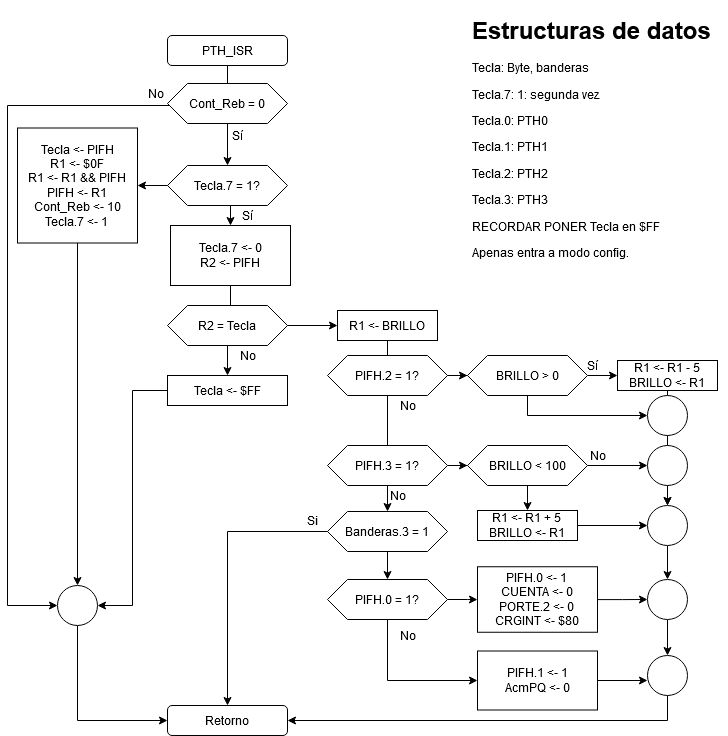
The draw.io diagram Tarea 5/PTH_ISR.png in robz25/Microprocesadores, before a commit. Source tidied: cells renumbered, new cells last; positions are measured from the earlier drawing's top-left corner, leaving out a move shared by most shapes.
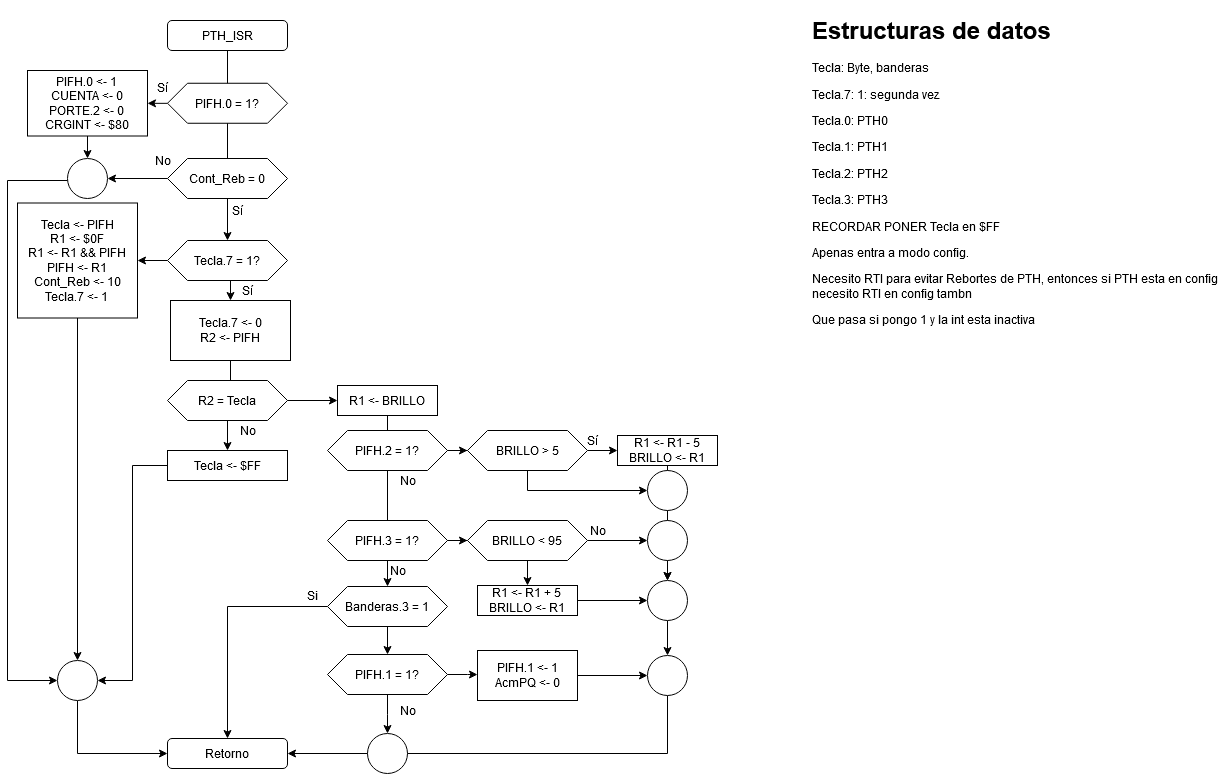
The same file after the commit.

The edit, as a diff of the source:
```diff
@@ -6,19 +6,17 @@
       <mxGeometry relative="1" as="geometry" />
     </mxCell>
     <mxCell id="3" value="PTH_ISR" style="rounded=1;whiteSpace=wrap;html=1;" parent="1" vertex="1">
-      <mxGeometry x="160" y="25" width="120" height="30" as="geometry" />
+      <mxGeometry x="160" y="-65" width="120" height="30" as="geometry" />
     </mxCell>
-    <mxCell id="4" style="edgeStyle=orthogonalEdgeStyle;rounded=0;jettySize=auto;html=1;" parent="1" edge="1" source="6" target="15">
-      <mxGeometry relative="1" as="geometry" />
+    <mxCell id="4" style="edgeStyle=orthogonalEdgeStyle;rounded=0;jettySize=auto;html=1;" parent="1" edge="1" source="6">
+      <mxGeometry relative="1" as="geometry">
+        <mxPoint x="470" y="589.1" as="targetPoint" />
+      </mxGeometry>
     </mxCell>
-    <mxCell id="5" style="edgeStyle=orthogonalEdgeStyle;rounded=0;jettySize=auto;html=1;entryX=0;entryY=0.5;entryDx=0;entryDy=0;" parent="1" edge="1" source="6" target="36">
-      <mxGeometry relative="1" as="geometry">
-        <Array as="points">
-          <mxPoint x="380" y="670" />
-        </Array>
-      </mxGeometry>
-    </mxCell>
+    <mxCell id="68" style="edgeStyle=orthogonalEdgeStyle;rounded=0;jettySize=auto;html=1;" parent="1" edge="1" source="6" target="34">
+      <mxGeometry relative="1" as="geometry" />
+    </mxCell>
-    <mxCell id="6" value="PIFH.0 = 1?" style="shape=hexagon;perimeter=hexagonPerimeter2;whiteSpace=wrap;html=1;fixedSize=1;" parent="1" vertex="1">
+    <mxCell id="6" value="PIFH.1 = 1?" style="shape=hexagon;perimeter=hexagonPerimeter2;whiteSpace=wrap;html=1;fixedSize=1;" parent="1" vertex="1">
       <mxGeometry x="320" y="569" width="120" height="40" as="geometry" />
     </mxCell>
     <mxCell id="7" style="edgeStyle=orthogonalEdgeStyle;rounded=0;jettySize=auto;html=1;" parent="1" edge="1" source="51" target="39">
@@ -30,26 +28,26 @@
     <mxCell id="9" value="PIFH.3 = 1?" style="shape=hexagon;perimeter=hexagonPerimeter2;whiteSpace=wrap;html=1;fixedSize=1;" parent="1" vertex="1">
       <mxGeometry x="320" y="435" width="120" height="40" as="geometry" />
     </mxCell>
+    <mxCell id="69" style="edgeStyle=orthogonalEdgeStyle;rounded=0;jettySize=auto;html=1;" parent="1" edge="1" source="10" target="75">
+      <mxGeometry relative="1" as="geometry" />
+    </mxCell>
     <mxCell id="10" value="Cont_Reb = 0" style="shape=hexagon;perimeter=hexagonPerimeter2;whiteSpace=wrap;html=1;fixedSize=1;" parent="1" vertex="1">
       <mxGeometry x="160" y="73" width="120" height="40" as="geometry" />
     </mxCell>
     <mxCell id="11" value="Retorno" style="rounded=1;whiteSpace=wrap;html=1;" parent="1" vertex="1">
-      <mxGeometry x="160" y="695" width="120" height="30" as="geometry" />
+      <mxGeometry x="160" y="653" width="120" height="30" as="geometry" />
     </mxCell>
     <mxCell id="12" value="No" style="text;html=1;align=center;verticalAlign=middle;" parent="1" vertex="1">
-      <mxGeometry x="133" y="73" width="30" height="20" as="geometry" />
+      <mxGeometry x="140" y="65" width="30" height="20" as="geometry" />
     </mxCell>
     <mxCell id="13" value="Sí" style="text;html=1;align=center;verticalAlign=middle;" parent="1" vertex="1">
       <mxGeometry x="215" y="115" width="30" height="20" as="geometry" />
     </mxCell>
-    <mxCell id="14" style="edgeStyle=orthogonalEdgeStyle;rounded=0;jettySize=auto;html=1;" parent="1" edge="1" source="15" target="46">
+    <mxCell id="14" style="edgeStyle=orthogonalEdgeStyle;rounded=0;jettySize=auto;html=1;" parent="1" edge="1" source="36" target="46">
       <mxGeometry relative="1" as="geometry" />
     </mxCell>
-    <mxCell id="15" value="&lt;div&gt;PIFH.0 &amp;lt;- 1&lt;/div&gt;&lt;div&gt;CUENTA &amp;lt;- 0&lt;/div&gt;&lt;div&gt;PORTE.2 &amp;lt;- 0&lt;br&gt;&lt;/div&gt;&lt;div&gt;CRGINT &amp;lt;- $80&lt;br&gt;&lt;/div&gt;" style="rounded=0;whiteSpace=wrap;html=1;" parent="1" vertex="1">
-      <mxGeometry x="470" y="556.2" width="120" height="65.5" as="geometry" />
-    </mxCell>
-    <mxCell id="16" value="&lt;h1&gt;Estructuras de datos&lt;br&gt;&lt;/h1&gt;&lt;p&gt;Tecla: Byte, banderas&lt;/p&gt;&lt;p&gt;Tecla.7: 1: segunda vez&lt;/p&gt;&lt;p&gt;Tecla.0: PTH0&lt;/p&gt;&lt;p&gt;Tecla.1: PTH1&lt;/p&gt;&lt;p&gt;Tecla.2: PTH2&lt;/p&gt;&lt;p&gt;Tecla.3: PTH3&lt;/p&gt;&lt;p&gt;RECORDAR PONER Tecla en $FF&lt;/p&gt;&lt;p&gt;Apenas entra a modo config.&lt;/p&gt;&lt;p&gt;Que pasa si pongo 1 y la int esta inactiva&lt;br&gt;&lt;/p&gt;" style="text;html=1;strokeColor=none;fillColor=none;spacing=5;spacingTop=-20;whiteSpace=wrap;overflow=hidden;rounded=0;" parent="1" vertex="1">
-      <mxGeometry x="460" width="260" height="250" as="geometry" />
+    <mxCell id="16" value="&lt;h1&gt;Estructuras de datos&lt;br&gt;&lt;/h1&gt;&lt;p&gt;Tecla: Byte, banderas&lt;/p&gt;&lt;p&gt;Tecla.7: 1: segunda vez&lt;/p&gt;&lt;p&gt;Tecla.0: PTH0&lt;/p&gt;&lt;p&gt;Tecla.1: PTH1&lt;/p&gt;&lt;p&gt;Tecla.2: PTH2&lt;/p&gt;&lt;p&gt;Tecla.3: PTH3&lt;/p&gt;&lt;p&gt;RECORDAR PONER Tecla en $FF&lt;/p&gt;&lt;p&gt;Apenas entra a modo config.&lt;/p&gt;&lt;p&gt;Necesito RTI para evitar Rebortes de PTH, entonces si PTH esta en config necesito RTI en config tambn&lt;br&gt;&lt;/p&gt;&lt;p&gt;Que pasa si pongo 1 y la int esta inactiva&lt;br&gt;&lt;/p&gt;" style="text;html=1;strokeColor=none;fillColor=none;spacing=5;spacingTop=-20;whiteSpace=wrap;overflow=hidden;rounded=0;" parent="1" vertex="1">
+      <mxGeometry x="800" y="-75" width="420" height="325" as="geometry" />
     </mxCell>
     <mxCell id="17" style="edgeStyle=orthogonalEdgeStyle;rounded=0;jettySize=auto;html=1;" parent="1" edge="1" source="19" target="22">
       <mxGeometry relative="1" as="geometry" />
@@ -72,14 +70,14 @@
     <mxCell id="23" style="edgeStyle=orthogonalEdgeStyle;rounded=0;jettySize=auto;html=1;entryX=0;entryY=0.5;entryDx=0;entryDy=0;" parent="1" edge="1" source="24" target="11">
       <mxGeometry relative="1" as="geometry">
         <Array as="points">
-          <mxPoint x="70" y="710" />
+          <mxPoint x="70" y="668" />
         </Array>
       </mxGeometry>
     </mxCell>
     <mxCell id="24" style="ellipse;whiteSpace=wrap;html=1;" parent="1" vertex="1">
       <mxGeometry x="50" y="575" width="40" height="40" as="geometry" />
     </mxCell>
-    <mxCell id="25" style="edgeStyle=orthogonalEdgeStyle;rounded=0;jettySize=auto;html=1;entryX=0;entryY=0.5;entryDx=0;entryDy=0;" parent="1" edge="1" source="10" target="24">
+    <mxCell id="25" style="edgeStyle=orthogonalEdgeStyle;rounded=0;jettySize=auto;html=1;entryX=0;entryY=0.5;entryDx=0;entryDy=0;" parent="1" edge="1" source="75" target="24">
       <mxGeometry relative="1" as="geometry">
         <Array as="points">
           <mxPoint y="95" />
@@ -108,23 +106,8 @@
     <mxCell id="32" value="No" style="text;html=1;align=center;verticalAlign=middle;points=[];" parent="1" vertex="1">
       <mxGeometry x="225" y="335" width="30" height="20" as="geometry" />
     </mxCell>
-    <mxCell id="33" style="edgeStyle=orthogonalEdgeStyle;rounded=0;jettySize=auto;html=1;entryX=1;entryY=0.5;entryDx=0;entryDy=0;" parent="1" edge="1" source="34" target="11">
-      <mxGeometry relative="1" as="geometry">
-        <Array as="points">
-          <mxPoint x="660" y="710" />
-        </Array>
-      </mxGeometry>
-    </mxCell>
-    <mxCell id="34" style="ellipse;whiteSpace=wrap;html=1;" parent="1" vertex="1">
-      <mxGeometry x="640" y="645" width="40" height="40" as="geometry" />
-    </mxCell>
-    <mxCell id="35" style="edgeStyle=orthogonalEdgeStyle;rounded=0;jettySize=auto;html=1;" parent="1" edge="1" source="36">
-      <mxGeometry relative="1" as="geometry">
-        <mxPoint x="640" y="670" as="targetPoint" />
-      </mxGeometry>
-    </mxCell>
     <mxCell id="36" value="&lt;div&gt;PIFH.1 &amp;lt;- 1&lt;/div&gt;&lt;div&gt;AcmPQ &amp;lt;- 0&lt;/div&gt;" style="rounded=0;whiteSpace=wrap;html=1;gradientColor=#ffffff;" parent="1" vertex="1">
-      <mxGeometry x="470" y="640.5" width="120" height="59" as="geometry" />
+      <mxGeometry x="470" y="565" width="100" height="50" as="geometry" />
     </mxCell>
     <mxCell id="37" style="edgeStyle=orthogonalEdgeStyle;rounded=0;jettySize=auto;html=1;" parent="1" edge="1" source="39" target="11">
       <mxGeometry relative="1" as="geometry" />
@@ -150,11 +133,15 @@
     <mxCell id="44" value="No" style="text;html=1;align=center;verticalAlign=middle;" parent="1" vertex="1">
       <mxGeometry x="385" y="615" width="30" height="20" as="geometry" />
     </mxCell>
-    <mxCell id="45" style="edgeStyle=orthogonalEdgeStyle;rounded=0;jettySize=auto;html=1;" parent="1" edge="1" source="46" target="34">
-      <mxGeometry relative="1" as="geometry" />
-    </mxCell>
+    <mxCell id="70" style="edgeStyle=orthogonalEdgeStyle;rounded=0;jettySize=auto;html=1;entryX=1;entryY=0.5;entryDx=0;entryDy=0;" parent="1" edge="1" source="46" target="11">
+      <mxGeometry relative="1" as="geometry">
+        <Array as="points">
+          <mxPoint x="660" y="668" />
+        </Array>
+      </mxGeometry>
+    </mxCell>
     <mxCell id="46" style="ellipse;whiteSpace=wrap;html=1;" parent="1" vertex="1">
-      <mxGeometry x="640" y="569" width="40" height="40" as="geometry" />
+      <mxGeometry x="640" y="570" width="40" height="40" as="geometry" />
     </mxCell>
     <mxCell id="47" style="edgeStyle=orthogonalEdgeStyle;rounded=0;jettySize=auto;html=1;" parent="1" edge="1" source="48" target="41">
       <mxGeometry relative="1" as="geometry" />
@@ -181,7 +168,7 @@
         </Array>
       </mxGeometry>
     </mxCell>
-    <mxCell id="54" value="BRILLO &amp;gt; 0" style="shape=hexagon;perimeter=hexagonPerimeter2;whiteSpace=wrap;html=1;fixedSize=1;" parent="1" vertex="1">
+    <mxCell id="54" value="BRILLO &amp;gt; 5" style="shape=hexagon;perimeter=hexagonPerimeter2;whiteSpace=wrap;html=1;fixedSize=1;" parent="1" vertex="1">
       <mxGeometry x="460" y="345" width="120" height="40" as="geometry" />
     </mxCell>
     <mxCell id="55" style="edgeStyle=orthogonalEdgeStyle;rounded=0;jettySize=auto;html=1;" parent="1" edge="1" source="56">
@@ -198,7 +185,7 @@
     <mxCell id="58" style="edgeStyle=orthogonalEdgeStyle;rounded=0;jettySize=auto;html=1;entryX=0;entryY=0.5;entryDx=0;entryDy=0;" parent="1" edge="1" source="59" target="65">
       <mxGeometry relative="1" as="geometry" />
     </mxCell>
-    <mxCell id="59" value="BRILLO &amp;lt; 100" style="shape=hexagon;perimeter=hexagonPerimeter2;whiteSpace=wrap;html=1;fixedSize=1;" parent="1" vertex="1">
+    <mxCell id="59" value="BRILLO &amp;lt; 95" style="shape=hexagon;perimeter=hexagonPerimeter2;whiteSpace=wrap;html=1;fixedSize=1;" parent="1" vertex="1">
       <mxGeometry x="460" y="435" width="120" height="40" as="geometry" />
     </mxCell>
     <mxCell id="60" style="edgeStyle=orthogonalEdgeStyle;rounded=0;jettySize=auto;html=1;" parent="1" edge="1" source="61">
@@ -227,5 +214,26 @@
     <mxCell id="67" value="Sí" style="text;html=1;align=center;verticalAlign=middle;" parent="1" vertex="1">
       <mxGeometry x="570" y="345" width="30" height="20" as="geometry" />
     </mxCell>
+    <mxCell id="71" style="edgeStyle=orthogonalEdgeStyle;rounded=0;jettySize=auto;html=1;" parent="1" edge="1" source="72" target="15">
+      <mxGeometry relative="1" as="geometry" />
+    </mxCell>
+    <mxCell id="72" value="PIFH.0 = 1?" style="shape=hexagon;perimeter=hexagonPerimeter2;whiteSpace=wrap;html=1;fixedSize=1;" parent="1" vertex="1">
+      <mxGeometry x="160" y="-2.2" width="120" height="40" as="geometry" />
+    </mxCell>
+    <mxCell id="73" style="edgeStyle=orthogonalEdgeStyle;rounded=0;jettySize=auto;html=1;" parent="1" edge="1" source="15" target="75">
+      <mxGeometry relative="1" as="geometry" />
+    </mxCell>
+    <mxCell id="15" value="&lt;div&gt;PIFH.0 &amp;lt;- 1&lt;/div&gt;&lt;div&gt;CUENTA &amp;lt;- 0&lt;/div&gt;&lt;div&gt;PORTE.2 &amp;lt;- 0&lt;br&gt;&lt;/div&gt;&lt;div&gt;CRGINT &amp;lt;- $80&lt;br&gt;&lt;/div&gt;" style="rounded=0;whiteSpace=wrap;html=1;" parent="1" vertex="1">
+      <mxGeometry x="20" y="-15" width="120" height="65.5" as="geometry" />
+    </mxCell>
+    <mxCell id="34" style="ellipse;whiteSpace=wrap;html=1;" parent="1" vertex="1">
+      <mxGeometry x="360" y="648" width="40" height="40" as="geometry" />
+    </mxCell>
+    <mxCell id="74" value="&lt;div&gt;Sí&lt;/div&gt;&lt;div&gt;&lt;br&gt;&lt;/div&gt;" style="text;html=1;align=center;verticalAlign=middle;" parent="1" vertex="1">
+      <mxGeometry x="140" y="-5" width="30" height="30" as="geometry" />
+    </mxCell>
+    <mxCell id="75" style="ellipse;whiteSpace=wrap;html=1;" parent="1" vertex="1">
+      <mxGeometry x="60" y="73" width="40" height="40" as="geometry" />
+    </mxCell>
   </root>
 </mxGraphModel>
```
